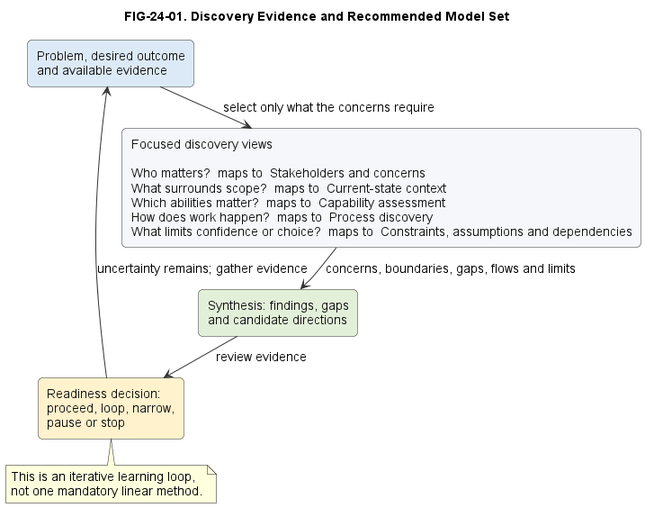
Above: diagrams/exported/png/FIG-24-01-discovery-evidence-recommended-model-set.png in nishikanttiwari01/Architecture_Modelling (PlantUML), before the change.
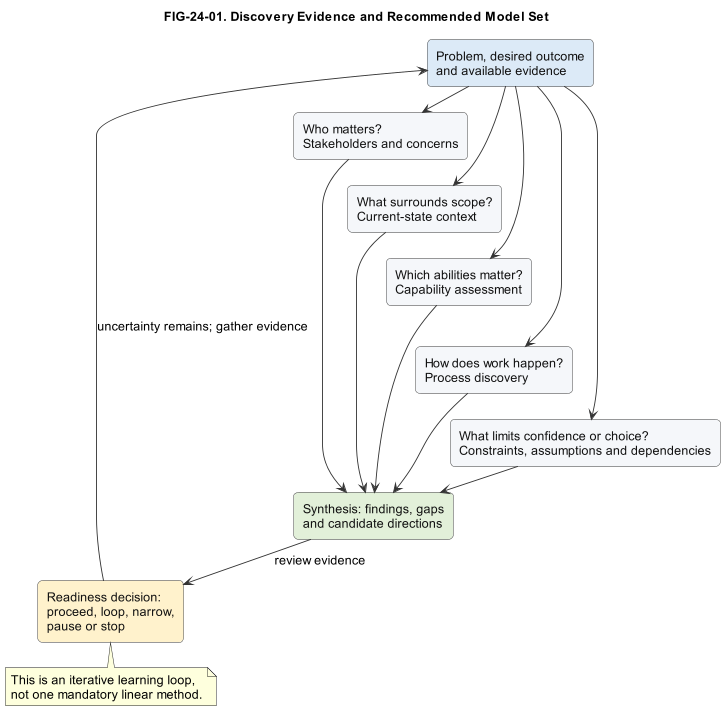
The same file after the commit.

Commit message:
Restore Chapter 24 separate discovery view nodes

Diff of the diagram source:
```diff
@@ -1,4 +1,5 @@
 @startuml
+scale 0.9
 title FIG-24-01. Discovery Evidence and Recommended Model Set
 skinparam backgroundColor #FFFFFF
 skinparam defaultFontName Arial
@@ -15,11 +16,27 @@
 skinparam nodesep 18
 skinparam ranksep 28
 rectangle "Problem, desired outcome\nand available evidence" as Start #DCEAF7
-rectangle "Focused discovery views\n\nWho matters?  maps to  Stakeholders and concerns\nWhat surrounds scope?  maps to  Current-state context\nWhich abilities matter?  maps to  Capability assessment\nHow does work happen?  maps to  Process discovery\nWhat limits confidence or choice?  maps to  Constraints, assumptions and dependencies" as Views
+rectangle "Who matters?\nStakeholders and concerns" as Stake
+rectangle "What surrounds scope?\nCurrent-state context" as Context
+rectangle "Which abilities matter?\nCapability assessment" as Cap
+rectangle "How does work happen?\nProcess discovery" as Process
+rectangle "What limits confidence or choice?\nConstraints, assumptions and dependencies" as Limits
 rectangle "Synthesis: findings, gaps\nand candidate directions" as Synth #E2F0D9
 rectangle "Readiness decision:\nproceed, loop, narrow,\npause or stop" as Gate #FFF2CC
-Start -down-> Views : select only what the concerns require
-Views -down-> Synth : concerns, boundaries, gaps, flows and limits
+Start -down-> Stake
+Start -down-> Context
+Start -down-> Cap
+Start -down-> Process
+Start -down-> Limits
+Stake -[hidden]down-> Context
+Context -[hidden]down-> Cap
+Cap -[hidden]down-> Process
+Process -[hidden]down-> Limits
+Stake -down-> Synth
+Context -down-> Synth
+Cap -down-> Synth
+Process -down-> Synth
+Limits -down-> Synth
 Synth -down-> Gate : review evidence
 Gate -left-> Start : uncertainty remains; gather evidence
 note bottom of Gate
```
